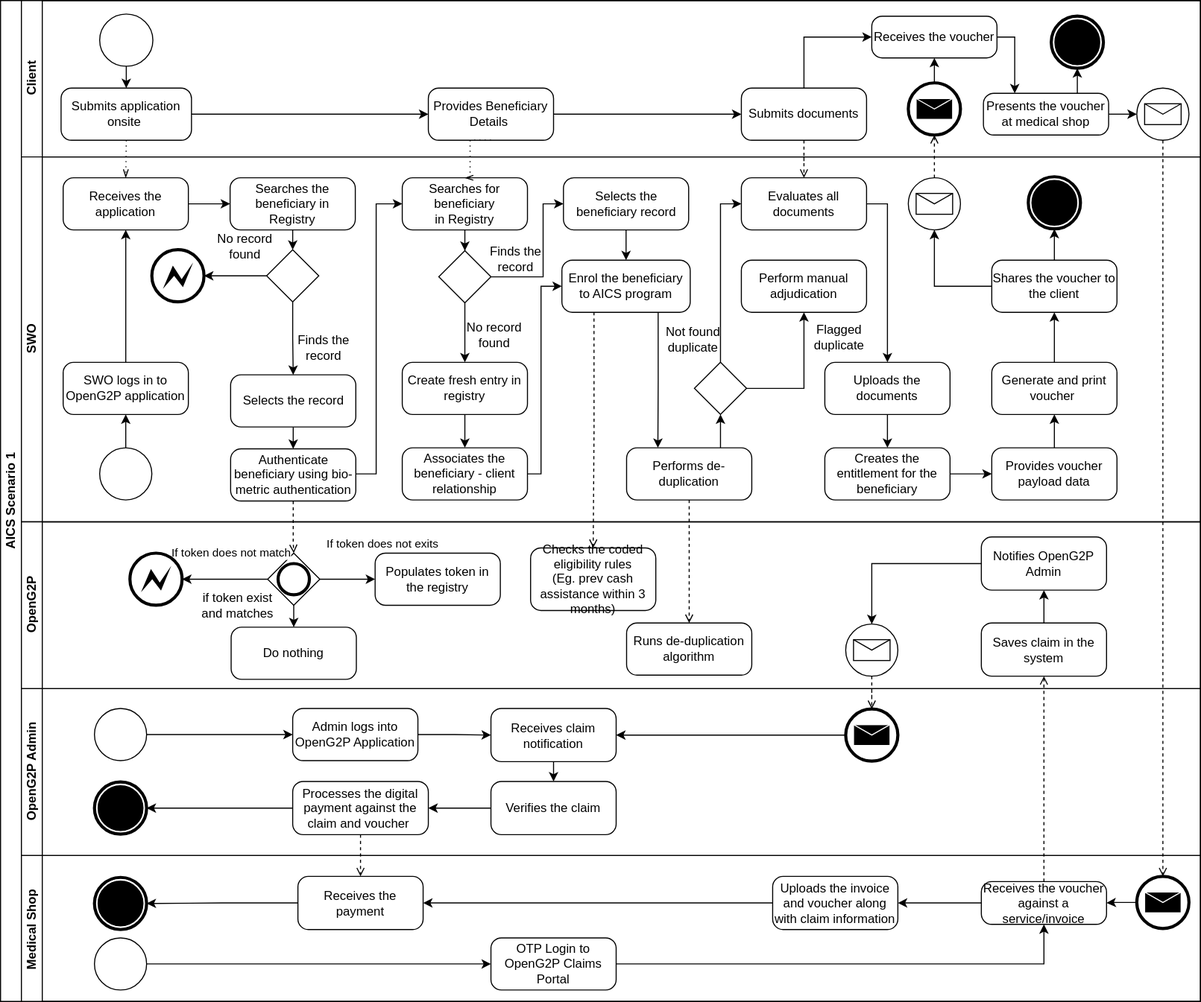
OpenG2P/openg2p-documentation keeps this draw.io diagram as .gitbook/assets/scenario_a_bpmn.svg. Above is the earlier version. Source tidied: cells renumbered, new cells last; positions are measured from the earlier drawing's top-left corner, leaving out a move shared by most shapes.
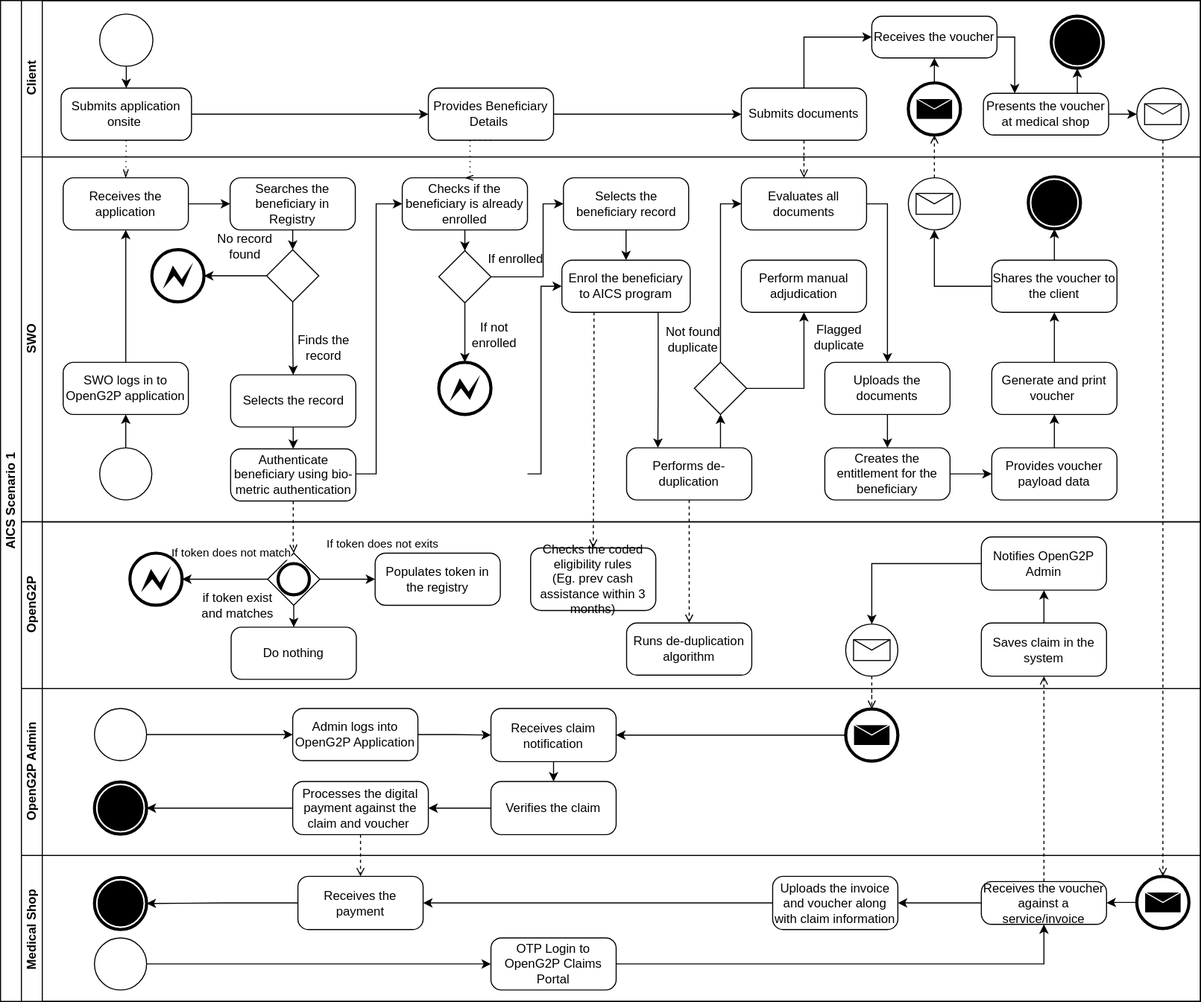
After the commit.

What changed in the source:
```diff
@@ -116,14 +116,16 @@
     <mxCell id="34" style="edgeStyle=orthogonalEdgeStyle;rounded=0;jettySize=auto;html=1;" parent="21" edge="1" source="35" target="39">
       <mxGeometry relative="1" as="geometry" />
     </mxCell>
-    <mxCell id="35" value="Searches for beneficiary &lt;br&gt;in Registry" style="points=[[0.25,0,0],[0.5,0,0],[0.75,0,0],[1,0.25,0],[1,0.5,0],[1,0.75,0],[0.75,1,0],[0.5,1,0],[0.25,1,0],[0,0.75,0],[0,0.5,0],[0,0.25,0]];shape=mxgraph.bpmn.task;whiteSpace=wrap;rectStyle=rounded;size=10;html=1;taskMarker=abstract;" parent="21" vertex="1">
+    <mxCell id="35" value="Checks if the beneficiary is already enrolled" style="points=[[0.25,0,0],[0.5,0,0],[0.75,0,0],[1,0.25,0],[1,0.5,0],[1,0.75,0],[0.75,1,0],[0.5,1,0],[0.25,1,0],[0,0.75,0],[0,0.5,0],[0,0.25,0]];shape=mxgraph.bpmn.task;whiteSpace=wrap;rectStyle=rounded;size=10;html=1;taskMarker=abstract;" parent="21" vertex="1">
       <mxGeometry x="365" y="20" width="120" height="50" as="geometry" />
     </mxCell>
     <mxCell id="36" value="No record found" style="text;html=1;strokeColor=none;fillColor=none;align=center;verticalAlign=middle;whiteSpace=wrap;rounded=0;" parent="21" vertex="1">
       <mxGeometry x="182.5" y="79" width="63" height="14" as="geometry" />
     </mxCell>
-    <mxCell id="37" style="edgeStyle=orthogonalEdgeStyle;rounded=0;jettySize=auto;html=1;" parent="21" edge="1" source="39" target="43">
-      <mxGeometry relative="1" as="geometry" />
+    <mxCell id="37" style="edgeStyle=orthogonalEdgeStyle;rounded=0;jettySize=auto;html=1;" parent="21" edge="1" source="39">
+      <mxGeometry relative="1" as="geometry">
+        <mxPoint x="425" y="197" as="targetPoint" />
+      </mxGeometry>
     </mxCell>
     <mxCell id="38" style="edgeStyle=orthogonalEdgeStyle;rounded=0;jettySize=auto;html=1;entryX=0;entryY=0.5;entryDx=0;entryDy=0;entryPerimeter=0;" parent="21" edge="1" source="39" target="41">
       <mxGeometry relative="1" as="geometry">
@@ -142,29 +144,21 @@
     <mxCell id="41" value="Selects the beneficiary record" style="points=[[0.25,0,0],[0.5,0,0],[0.75,0,0],[1,0.25,0],[1,0.5,0],[1,0.75,0],[0.75,1,0],[0.5,1,0],[0.25,1,0],[0,0.75,0],[0,0.5,0],[0,0.25,0]];shape=mxgraph.bpmn.task;whiteSpace=wrap;rectStyle=rounded;size=10;html=1;taskMarker=abstract;" parent="21" vertex="1">
       <mxGeometry x="519.5" y="20" width="120" height="50" as="geometry" />
     </mxCell>
-    <mxCell id="42" style="edgeStyle=orthogonalEdgeStyle;rounded=0;jettySize=auto;html=1;" parent="21" edge="1" source="43" target="47">
-      <mxGeometry relative="1" as="geometry" />
-    </mxCell>
-    <mxCell id="43" value="Create fresh entry in registry" style="points=[[0.25,0,0],[0.5,0,0],[0.75,0,0],[1,0.25,0],[1,0.5,0],[1,0.75,0],[0.75,1,0],[0.5,1,0],[0.25,1,0],[0,0.75,0],[0,0.5,0],[0,0.25,0]];shape=mxgraph.bpmn.task;whiteSpace=wrap;rectStyle=rounded;size=10;html=1;taskMarker=abstract;" parent="21" vertex="1">
-      <mxGeometry x="365" y="197" width="120" height="50" as="geometry" />
-    </mxCell>
     <mxCell id="44" style="edgeStyle=orthogonalEdgeStyle;rounded=0;jettySize=auto;html=1;entryX=0.25;entryY=0;entryDx=0;entryDy=0;entryPerimeter=0;exitX=0.75;exitY=1;exitDx=0;exitDy=0;exitPerimeter=0;" parent="21" edge="1" source="45" target="49">
       <mxGeometry relative="1" as="geometry" />
     </mxCell>
     <mxCell id="45" value="Enrol the beneficiary to AICS program" style="points=[[0.25,0,0],[0.5,0,0],[0.75,0,0],[1,0.25,0],[1,0.5,0],[1,0.75,0],[0.75,1,0],[0.5,1,0],[0.25,1,0],[0,0.75,0],[0,0.5,0],[0,0.25,0]];shape=mxgraph.bpmn.task;whiteSpace=wrap;rectStyle=rounded;size=10;html=1;taskMarker=abstract;" parent="21" vertex="1">
       <mxGeometry x="518" y="99" width="123" height="50" as="geometry" />
     </mxCell>
-    <mxCell id="46" style="edgeStyle=orthogonalEdgeStyle;rounded=0;jettySize=auto;html=1;entryX=0;entryY=0.5;entryDx=0;entryDy=0;entryPerimeter=0;exitX=1;exitY=0.5;exitDx=0;exitDy=0;exitPerimeter=0;" parent="21" edge="1" source="47" target="45">
+    <mxCell id="46" style="edgeStyle=orthogonalEdgeStyle;rounded=0;jettySize=auto;html=1;entryX=0;entryY=0.5;entryDx=0;entryDy=0;entryPerimeter=0;exitX=1;exitY=0.5;exitDx=0;exitDy=0;exitPerimeter=0;" parent="21" edge="1" target="45">
       <mxGeometry relative="1" as="geometry">
+        <mxPoint x="485" y="304" as="sourcePoint" />
         <Array as="points">
           <mxPoint x="498" y="304" />
           <mxPoint x="498" y="124" />
         </Array>
       </mxGeometry>
     </mxCell>
-    <mxCell id="47" value="Associates the beneficiary - client relationship" style="points=[[0.25,0,0],[0.5,0,0],[0.75,0,0],[1,0.25,0],[1,0.5,0],[1,0.75,0],[0.75,1,0],[0.5,1,0],[0.25,1,0],[0,0.75,0],[0,0.5,0],[0,0.25,0]];shape=mxgraph.bpmn.task;whiteSpace=wrap;rectStyle=rounded;size=10;html=1;taskMarker=abstract;" parent="21" vertex="1">
-      <mxGeometry x="365" y="279" width="120" height="50" as="geometry" />
-    </mxCell>
     <mxCell id="48" style="edgeStyle=orthogonalEdgeStyle;rounded=0;jettySize=auto;html=1;entryX=0.5;entryY=1;entryDx=0;entryDy=0;entryPerimeter=0;exitX=0.75;exitY=0;exitDx=0;exitDy=0;exitPerimeter=0;" parent="21" edge="1" source="49" target="53">
       <mxGeometry relative="1" as="geometry" />
     </mxCell>
@@ -246,10 +240,10 @@
     <mxCell id="71" style="points=[[0.145,0.145,0],[0.5,0,0],[0.855,0.145,0],[1,0.5,0],[0.855,0.855,0],[0.5,1,0],[0.145,0.855,0],[0,0.5,0]];shape=mxgraph.bpmn.event;html=1;verticalLabelPosition=bottom;labelBackgroundColor=#ffffff;verticalAlign=top;align=center;perimeter=ellipsePerimeter;outlineConnect=0;outline=standard;symbol=general;" parent="21" vertex="1">
       <mxGeometry x="75" y="279" width="50" height="50" as="geometry" />
     </mxCell>
-    <mxCell id="72" value="Finds the record" style="text;html=1;strokeColor=none;fillColor=none;align=center;verticalAlign=middle;whiteSpace=wrap;rounded=0;" parent="21" vertex="1">
+    <mxCell id="72" value="If enrolled" style="text;html=1;strokeColor=none;fillColor=none;align=center;verticalAlign=middle;whiteSpace=wrap;rounded=0;" parent="21" vertex="1">
       <mxGeometry x="440" y="93" width="68" height="10" as="geometry" />
     </mxCell>
-    <mxCell id="73" value="No record found" style="text;html=1;strokeColor=none;fillColor=none;align=center;verticalAlign=middle;whiteSpace=wrap;rounded=0;" parent="21" vertex="1">
+    <mxCell id="73" value="If not &lt;br&gt;enrolled" style="text;html=1;strokeColor=none;fillColor=none;align=center;verticalAlign=middle;whiteSpace=wrap;rounded=0;" parent="21" vertex="1">
       <mxGeometry x="422" y="164" width="63" height="14" as="geometry" />
     </mxCell>
     <mxCell id="74" value="Flagged duplicate" style="text;html=1;strokeColor=none;fillColor=none;align=center;verticalAlign=middle;whiteSpace=wrap;rounded=0;" parent="21" vertex="1">
@@ -264,6 +258,9 @@
     <mxCell id="77" style="points=[[0.145,0.145,0],[0.5,0,0],[0.855,0.145,0],[1,0.5,0],[0.855,0.855,0],[0.5,1,0],[0.145,0.855,0],[0,0.5,0]];shape=mxgraph.bpmn.event;html=1;verticalLabelPosition=bottom;labelBackgroundColor=#ffffff;verticalAlign=top;align=center;perimeter=ellipsePerimeter;outlineConnect=0;outline=end;symbol=error;" parent="21" vertex="1">
       <mxGeometry x="125" y="89" width="50" height="50" as="geometry" />
     </mxCell>
+    <mxCell id="135" style="shape=mxgraph.bpmn.event;html=1;verticalLabelPosition=bottom;labelBackgroundColor=#ffffff;verticalAlign=top;align=center;perimeter=ellipsePerimeter;outline=end;symbol=error;" parent="21" vertex="1">
+      <mxGeometry x="400" y="197" width="50" height="50" as="geometry" />
+    </mxCell>
     <mxCell id="78" value="OpenG2P" style="swimlane;html=1;startSize=20;horizontal=0;" parent="2" vertex="1">
       <mxGeometry x="20" y="500" width="1130" height="160" as="geometry" />
     </mxCell>
```
